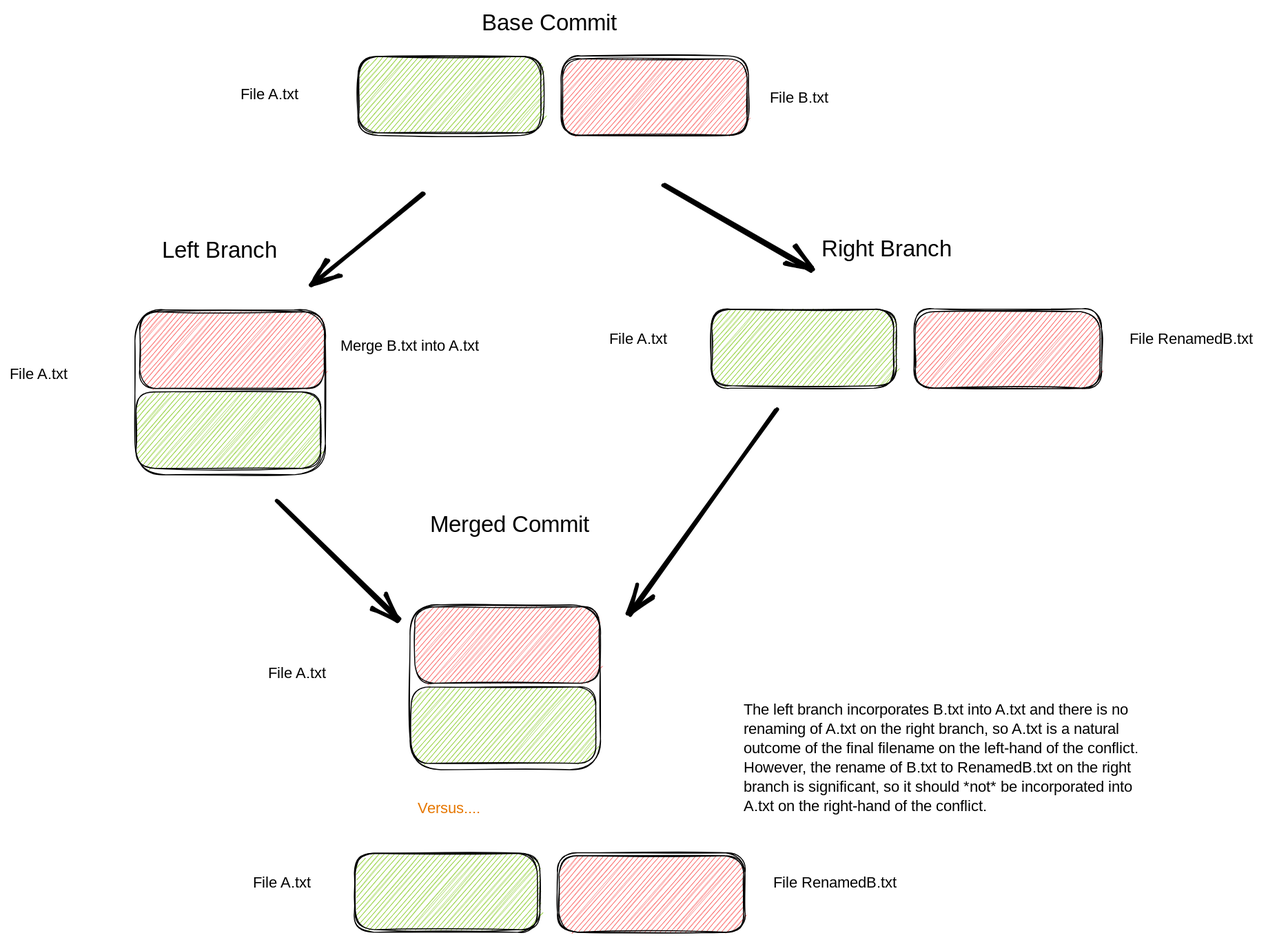
Before: documents/FileJoinWithAConflictingRename.excalidraw.svg, a diagram exported from Excalidraw (sageserpent-open/kineticMerge). Source tidied: one line per element, renumbered; positions are measured from the earlier drawing's top-left corner, leaving out a move shared by most shapes.
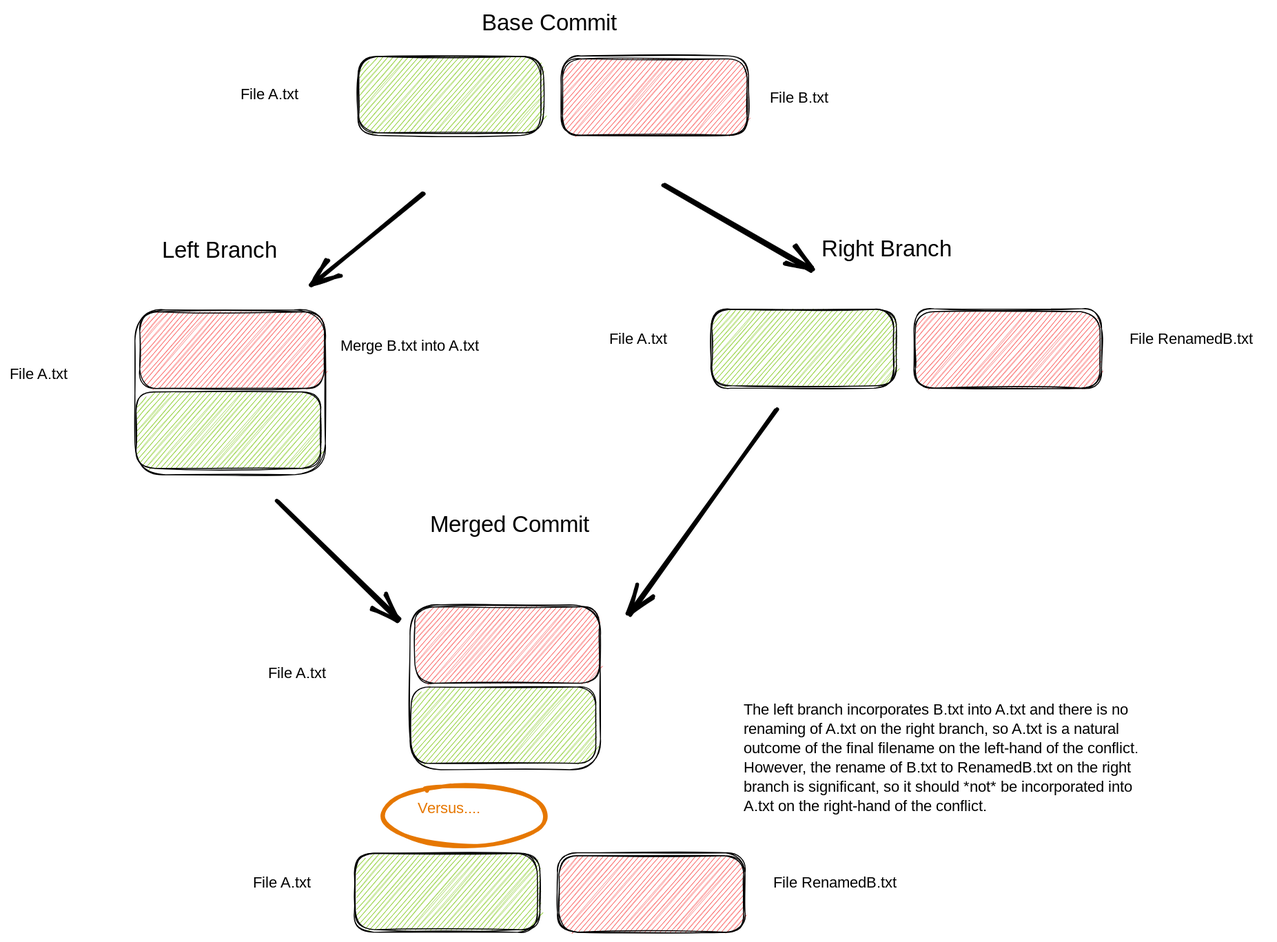
The same diagram one commit later.

Commit message:
Update file join with a conflicting rename.

Diff of the diagram source:
```diff
@@ -35,3 +35,4 @@
 {"id": 34, "type": "text", "text": "File RenamedB.txt", "strokeColor": "#000000", "strokeWidth": 4, "roughness": 1, "fontSize": 16, "fontFamily": 1, "x": 791, "y": 896, "width": 142, "height": 20}
 {"id": 35, "type": "text", "text": "Versus....", "strokeColor": "#e67700", "strokeWidth": 4, "roughness": 1, "fontSize": 16, "fontFamily": 1, "x": 423, "y": 819, "width": 68, "height": 20}
 {"id": 36, "type": "text", "text": "File A.txt", "strokeColor": "#000000", "strokeWidth": 4, "roughness": 1, "fontSize": 16, "fontFamily": 1, "x": 268, "y": 679, "width": 76, "height": 20}
+{"id": 37, "type": "ellipse", "strokeColor": "#e67700", "strokeWidth": 4, "roughness": 1, "round": true, "x": 387, "y": 804, "width": 170, "height": 62}
```
